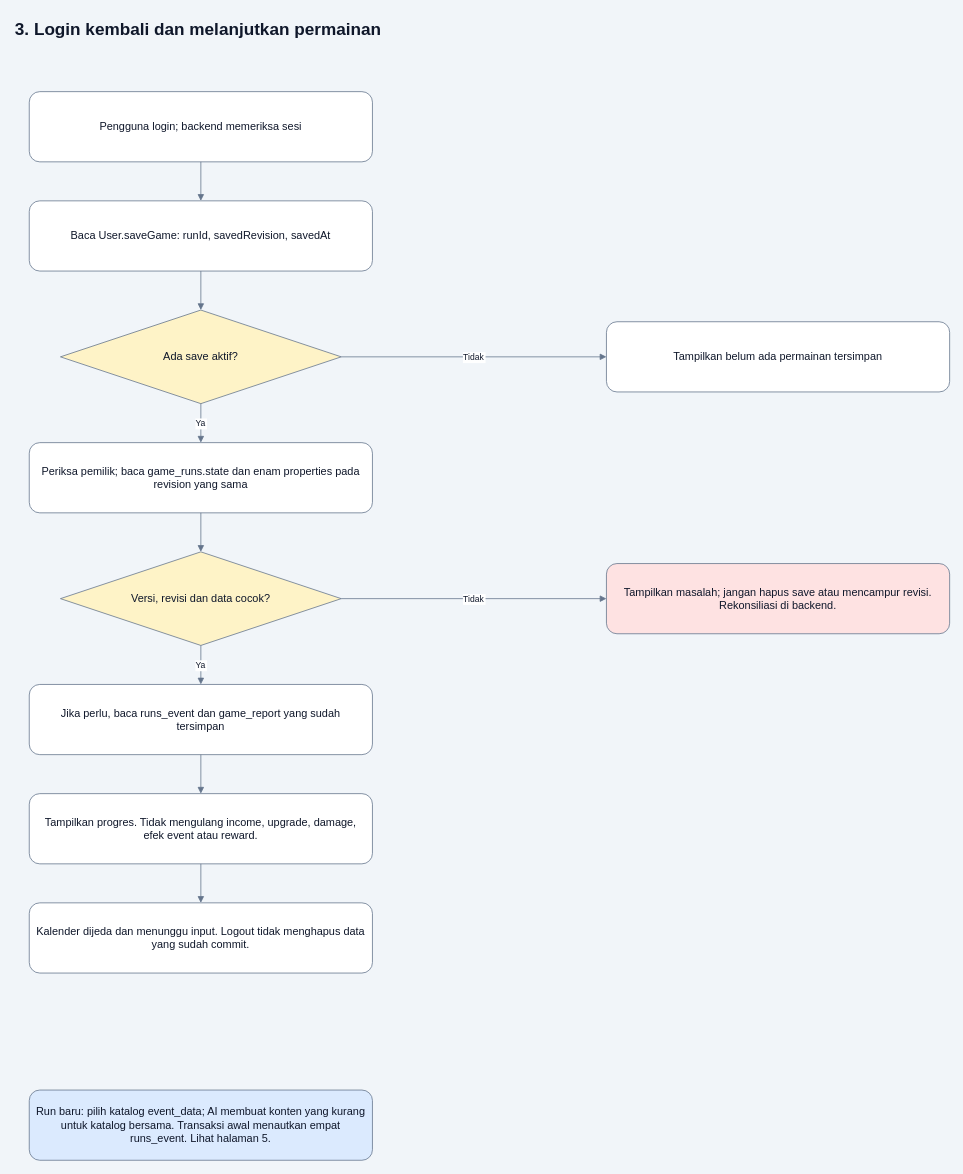
Before: page "3. Login kembali dan melanjutkan permainan" (3 of 6) of docs/database/database_flow.drawio in Three-Musketeers-Hacktiv/Final-Project, a draw.io diagram. Source tidied: cells renumbered, new cells numbered last; positions are measured from the earlier drawing's top-left corner, leaving out a move shared by most shapes. Both pictures are drawn from the tidied source at 78%, with x=0, y=0 at pixel (13, 13).
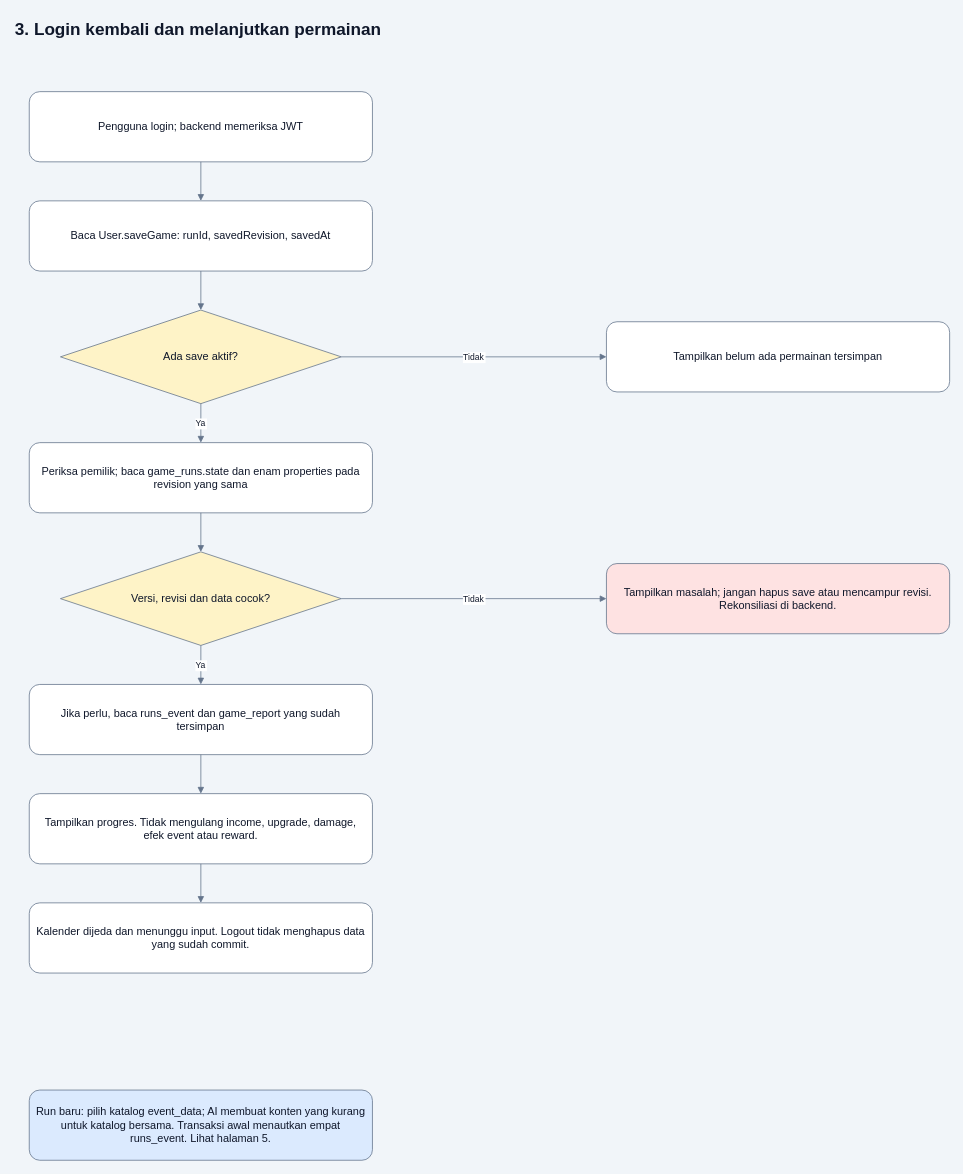
Above is the later version.

The edit, as a diff of the source:
```diff
@@
-    <mxCell id="3" value="Pengguna login; backend memeriksa sesi" style="rounded=1;whiteSpace=wrap;html=0;fillColor=#ffffff;strokeColor=#64748b;fontColor=#0f172a;fontSize=14;spacing=10;" parent="1" vertex="1">
+    <mxCell id="3" value="Pengguna login; backend memeriksa JWT" style="rounded=1;whiteSpace=wrap;html=0;fillColor=#ffffff;strokeColor=#64748b;fontColor=#0f172a;fontSize=14;spacing=10;" parent="1" vertex="1">
       <mxGeometry x="20" y="100" width="440" height="90" as="geometry" />
     </mxCell>
```
